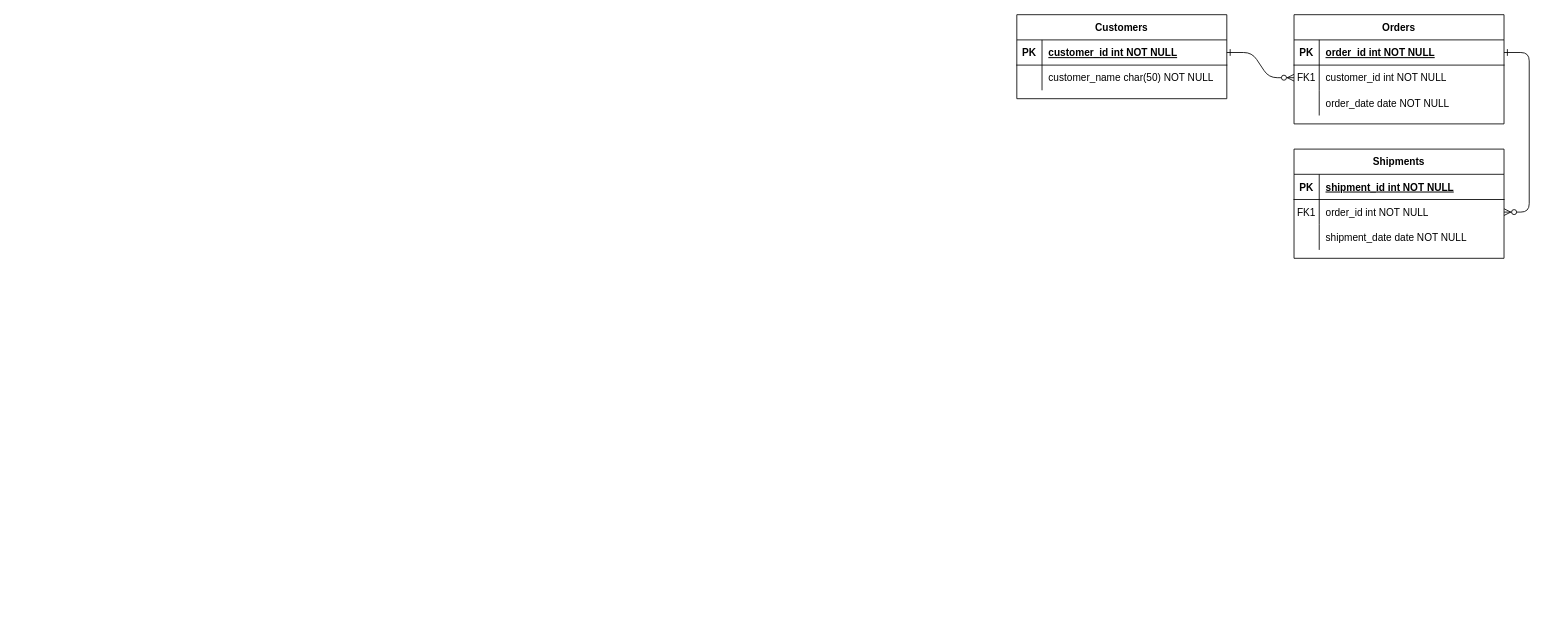
Above: EX4.drawio in AdamMunawar/aaa.gu (draw.io), before the change. Source tidied: cells renumbered, new cells numbered last; positions are measured from the earlier drawing's top-left corner, leaving out a move shared by most shapes. Both pictures are drawn from the tidied source at 84%, with x=0, y=0 at pixel (1016, 14).
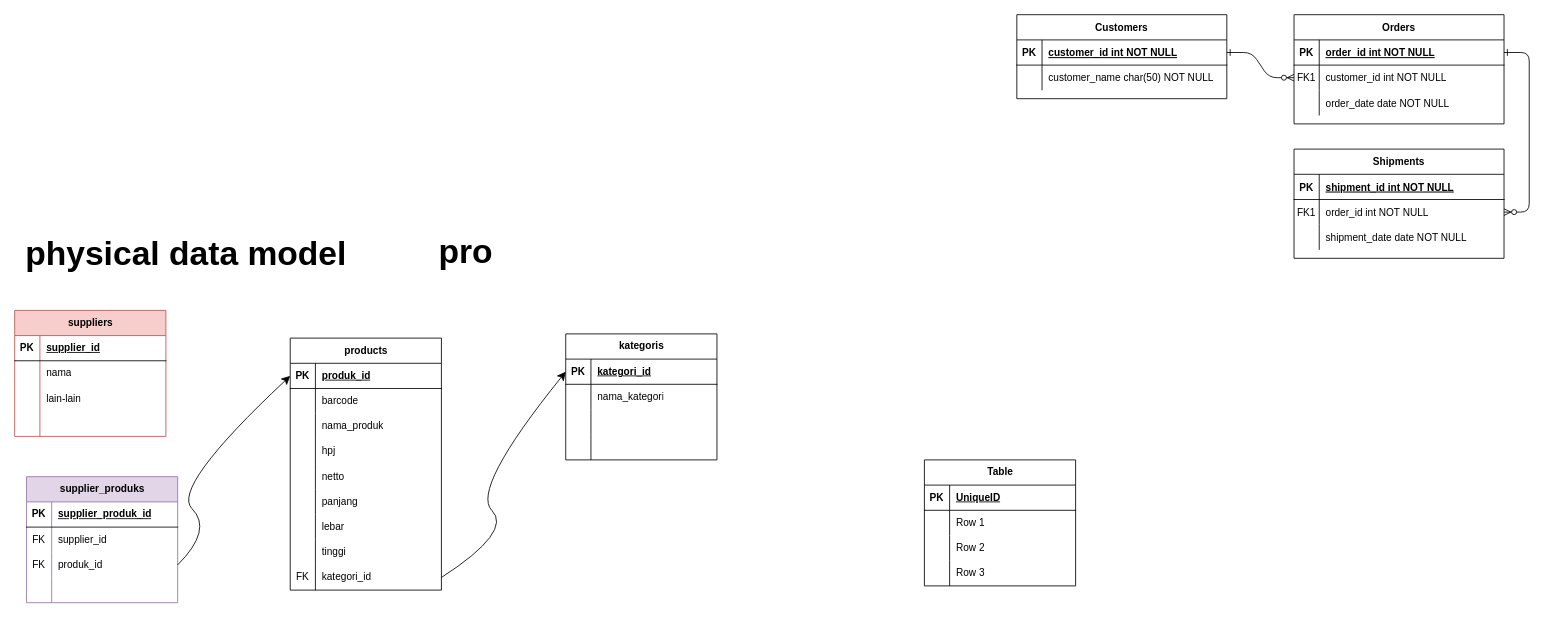
Above is the later version.

Change to the diagram source:
```diff
@@
+    <mxCell id="31" value="Table" style="shape=table;startSize=30;childLayout=tableLayout;rowLines=0;fontStyle=1;align=center;html=1;" parent="1" vertex="1">
+      <mxGeometry x="-110" y="530" width="180" height="150" as="geometry" />
+    </mxCell>
+    <mxCell id="32" style="shape=tableRow;horizontal=0;startSize=0;swimlaneHead=0;swimlaneBody=0;fillColor=none;top=0;left=0;right=0;bottom=1;" parent="31" vertex="1">
+      <mxGeometry y="30" width="180" height="30" as="geometry" />
+    </mxCell>
+    <mxCell id="33" value="PK" style="shape=partialRectangle;fillColor=none;top=0;left=0;bottom=0;right=0;fontStyle=1;overflow=hidden;whiteSpace=wrap;html=1;" parent="32" vertex="1">
+      <mxGeometry width="30" height="30" as="geometry" />
+    </mxCell>
+    <mxCell id="34" value="UniqueID" style="shape=partialRectangle;fillColor=none;top=0;left=0;bottom=0;right=0;align=left;spacingLeft=6;fontStyle=5;overflow=hidden;whiteSpace=wrap;html=1;" parent="32" vertex="1">
+      <mxGeometry x="30" width="150" height="30" as="geometry" />
+    </mxCell>
+    <mxCell id="35" style="shape=tableRow;horizontal=0;startSize=0;swimlaneHead=0;swimlaneBody=0;fillColor=none;top=0;left=0;right=0;bottom=0;" parent="31" vertex="1">
+      <mxGeometry y="60" width="180" height="30" as="geometry" />
+    </mxCell>
+    <mxCell id="36" style="shape=partialRectangle;fillColor=none;top=0;left=0;bottom=0;right=0;overflow=hidden;whiteSpace=wrap;html=1;" parent="35" vertex="1">
+      <mxGeometry width="30" height="30" as="geometry" />
+    </mxCell>
+    <mxCell id="37" value="Row 1" style="shape=partialRectangle;fillColor=none;top=0;left=0;bottom=0;right=0;align=left;spacingLeft=6;overflow=hidden;whiteSpace=wrap;html=1;" parent="35" vertex="1">
+      <mxGeometry x="30" width="150" height="30" as="geometry" />
+    </mxCell>
+    <mxCell id="38" style="shape=tableRow;horizontal=0;startSize=0;swimlaneHead=0;swimlaneBody=0;fillColor=none;top=0;left=0;right=0;bottom=0;" parent="31" vertex="1">
+      <mxGeometry y="90" width="180" height="30" as="geometry" />
+    </mxCell>
+    <mxCell id="39" style="shape=partialRectangle;fillColor=none;top=0;left=0;bottom=0;right=0;overflow=hidden;whiteSpace=wrap;html=1;" parent="38" vertex="1">
+      <mxGeometry width="30" height="30" as="geometry" />
+    </mxCell>
+    <mxCell id="40" value="Row 2" style="shape=partialRectangle;fillColor=none;top=0;left=0;bottom=0;right=0;align=left;spacingLeft=6;overflow=hidden;whiteSpace=wrap;html=1;" parent="38" vertex="1">
+      <mxGeometry x="30" width="150" height="30" as="geometry" />
+    </mxCell>
+    <mxCell id="41" style="shape=tableRow;horizontal=0;startSize=0;swimlaneHead=0;swimlaneBody=0;fillColor=none;top=0;left=0;right=0;bottom=0;" parent="31" vertex="1">
+      <mxGeometry y="120" width="180" height="30" as="geometry" />
+    </mxCell>
+    <mxCell id="42" style="shape=partialRectangle;fillColor=none;top=0;left=0;bottom=0;right=0;overflow=hidden;whiteSpace=wrap;html=1;" parent="41" vertex="1">
+      <mxGeometry width="30" height="30" as="geometry" />
+    </mxCell>
+    <mxCell id="43" value="Row 3" style="shape=partialRectangle;fillColor=none;top=0;left=0;bottom=0;right=0;align=left;spacingLeft=6;overflow=hidden;whiteSpace=wrap;html=1;" parent="41" vertex="1">
+      <mxGeometry x="30" width="150" height="30" as="geometry" />
+    </mxCell>
+    <mxCell id="44" value="physical data model" style="text;strokeColor=none;fillColor=none;spacingLeft=4;spacingRight=4;overflow=hidden;fontSize=40;whiteSpace=wrap;html=1;fontStyle=1;" parent="1" vertex="1">
+      <mxGeometry x="-1186" y="254" width="458" height="61" as="geometry" />
+    </mxCell>
+    <mxCell id="45" value="products" style="shape=table;startSize=30;childLayout=tableLayout;rowLines=0;fontStyle=1;align=center;html=1;" parent="1" vertex="1">
+      <mxGeometry x="-865" y="385" width="180" height="300" as="geometry" />
+    </mxCell>
+    <mxCell id="46" style="shape=tableRow;horizontal=0;startSize=0;swimlaneHead=0;swimlaneBody=0;fillColor=none;points=[[0,0.5],[1,0.5]];portConstraint=eastwest;top=0;left=0;right=0;bottom=1;" parent="45" vertex="1">
+      <mxGeometry y="30" width="180" height="30" as="geometry" />
+    </mxCell>
+    <mxCell id="47" value="PK" style="shape=partialRectangle;fillColor=none;top=0;left=0;bottom=0;right=0;fontStyle=1;overflow=hidden;whiteSpace=wrap;html=1;" parent="46" vertex="1">
+      <mxGeometry width="30" height="30" as="geometry" />
+    </mxCell>
+    <mxCell id="48" value="produk_id" style="shape=partialRectangle;fillColor=none;top=0;left=0;bottom=0;right=0;align=left;spacingLeft=6;fontStyle=5;overflow=hidden;whiteSpace=wrap;html=1;" parent="46" vertex="1">
+      <mxGeometry x="30" width="150" height="30" as="geometry" />
+    </mxCell>
+    <mxCell id="49" style="shape=tableRow;horizontal=0;startSize=0;swimlaneHead=0;swimlaneBody=0;fillColor=none;top=0;left=0;right=0;bottom=0;" parent="45" vertex="1">
+      <mxGeometry y="60" width="180" height="30" as="geometry" />
+    </mxCell>
+    <mxCell id="50" style="shape=partialRectangle;fillColor=none;top=0;left=0;bottom=0;right=0;overflow=hidden;whiteSpace=wrap;html=1;" parent="49" vertex="1">
+      <mxGeometry width="30" height="30" as="geometry" />
+    </mxCell>
+    <mxCell id="51" value="barcode" style="shape=partialRectangle;fillColor=none;top=0;left=0;bottom=0;right=0;align=left;spacingLeft=6;overflow=hidden;whiteSpace=wrap;html=1;" parent="49" vertex="1">
+      <mxGeometry x="30" width="150" height="30" as="geometry" />
+    </mxCell>
+    <mxCell id="52" style="shape=tableRow;horizontal=0;startSize=0;swimlaneHead=0;swimlaneBody=0;fillColor=none;top=0;left=0;right=0;bottom=0;" parent="45" vertex="1">
+      <mxGeometry y="90" width="180" height="30" as="geometry" />
+    </mxCell>
+    <mxCell id="53" style="shape=partialRectangle;fillColor=none;top=0;left=0;bottom=0;right=0;overflow=hidden;whiteSpace=wrap;html=1;" parent="52" vertex="1">
+      <mxGeometry width="30" height="30" as="geometry" />
+    </mxCell>
+    <mxCell id="54" value="nama_produk" style="shape=partialRectangle;fillColor=none;top=0;left=0;bottom=0;right=0;align=left;spacingLeft=6;overflow=hidden;whiteSpace=wrap;html=1;" parent="52" vertex="1">
+      <mxGeometry x="30" width="150" height="30" as="geometry" />
+    </mxCell>
+    <mxCell id="55" style="shape=tableRow;horizontal=0;startSize=0;swimlaneHead=0;swimlaneBody=0;fillColor=none;top=0;left=0;right=0;bottom=0;" parent="45" vertex="1">
+      <mxGeometry y="120" width="180" height="30" as="geometry" />
+    </mxCell>
+    <mxCell id="56" style="shape=partialRectangle;fillColor=none;top=0;left=0;bottom=0;right=0;overflow=hidden;whiteSpace=wrap;html=1;" parent="55" vertex="1">
+      <mxGeometry width="30" height="30" as="geometry" />
+    </mxCell>
+    <mxCell id="57" value="hpj" style="shape=partialRectangle;fillColor=none;top=0;left=0;bottom=0;right=0;align=left;spacingLeft=6;overflow=hidden;whiteSpace=wrap;html=1;" parent="55" vertex="1">
+      <mxGeometry x="30" width="150" height="30" as="geometry" />
+    </mxCell>
+    <mxCell id="58" style="shape=tableRow;horizontal=0;startSize=0;swimlaneHead=0;swimlaneBody=0;fillColor=none;top=0;left=0;right=0;bottom=0;" parent="45" vertex="1">
+      <mxGeometry y="150" width="180" height="30" as="geometry" />
+    </mxCell>
+    <mxCell id="59" style="shape=partialRectangle;fillColor=none;top=0;left=0;bottom=0;right=0;overflow=hidden;whiteSpace=wrap;html=1;" parent="58" vertex="1">
+      <mxGeometry width="30" height="30" as="geometry" />
+    </mxCell>
+    <mxCell id="60" value="netto" style="shape=partialRectangle;fillColor=none;top=0;left=0;bottom=0;right=0;align=left;spacingLeft=6;overflow=hidden;whiteSpace=wrap;html=1;" parent="58" vertex="1">
+      <mxGeometry x="30" width="150" height="30" as="geometry" />
+    </mxCell>
+    <mxCell id="61" style="shape=tableRow;horizontal=0;startSize=0;swimlaneHead=0;swimlaneBody=0;fillColor=none;top=0;left=0;right=0;bottom=0;" parent="45" vertex="1">
+      <mxGeometry y="180" width="180" height="30" as="geometry" />
+    </mxCell>
+    <mxCell id="62" style="shape=partialRectangle;fillColor=none;top=0;left=0;bottom=0;right=0;overflow=hidden;whiteSpace=wrap;html=1;" parent="61" vertex="1">
+      <mxGeometry width="30" height="30" as="geometry" />
+    </mxCell>
+    <mxCell id="63" value="panjang" style="shape=partialRectangle;fillColor=none;top=0;left=0;bottom=0;right=0;align=left;spacingLeft=6;overflow=hidden;whiteSpace=wrap;html=1;" parent="61" vertex="1">
+      <mxGeometry x="30" width="150" height="30" as="geometry" />
+    </mxCell>
+    <mxCell id="64" style="shape=tableRow;horizontal=0;startSize=0;swimlaneHead=0;swimlaneBody=0;fillColor=none;top=0;left=0;right=0;bottom=0;" parent="45" vertex="1">
+      <mxGeometry y="210" width="180" height="30" as="geometry" />
+    </mxCell>
+    <mxCell id="65" style="shape=partialRectangle;fillColor=none;top=0;left=0;bottom=0;right=0;overflow=hidden;whiteSpace=wrap;html=1;" parent="64" vertex="1">
+      <mxGeometry width="30" height="30" as="geometry" />
+    </mxCell>
+    <mxCell id="66" value="lebar" style="shape=partialRectangle;fillColor=none;top=0;left=0;bottom=0;right=0;align=left;spacingLeft=6;overflow=hidden;whiteSpace=wrap;html=1;" parent="64" vertex="1">
+      <mxGeometry x="30" width="150" height="30" as="geometry" />
+    </mxCell>
+    <mxCell id="67" style="shape=tableRow;horizontal=0;startSize=0;swimlaneHead=0;swimlaneBody=0;fillColor=none;top=0;left=0;right=0;bottom=0;" parent="45" vertex="1">
+      <mxGeometry y="240" width="180" height="30" as="geometry" />
+    </mxCell>
+    <mxCell id="68" style="shape=partialRectangle;fillColor=none;top=0;left=0;bottom=0;right=0;overflow=hidden;whiteSpace=wrap;html=1;" parent="67" vertex="1">
+      <mxGeometry width="30" height="30" as="geometry" />
+    </mxCell>
+    <mxCell id="69" value="tinggi" style="shape=partialRectangle;fillColor=none;top=0;left=0;bottom=0;right=0;align=left;spacingLeft=6;overflow=hidden;whiteSpace=wrap;html=1;" parent="67" vertex="1">
+      <mxGeometry x="30" width="150" height="30" as="geometry" />
+    </mxCell>
+    <mxCell id="70" style="shape=tableRow;horizontal=0;startSize=0;swimlaneHead=0;swimlaneBody=0;fillColor=none;points=[[0,0.5],[1,0.5]];portConstraint=eastwest;top=0;left=0;right=0;bottom=0;" parent="45" vertex="1">
+      <mxGeometry y="270" width="180" height="30" as="geometry" />
+    </mxCell>
+    <mxCell id="71" value="FK" style="shape=partialRectangle;fillColor=none;top=0;left=0;bottom=0;right=0;overflow=hidden;whiteSpace=wrap;html=1;" parent="70" vertex="1">
+      <mxGeometry width="30" height="30" as="geometry" />
+    </mxCell>
+    <mxCell id="72" value="kategori_id" style="shape=partialRectangle;fillColor=none;top=0;left=0;bottom=0;right=0;align=left;spacingLeft=6;overflow=hidden;whiteSpace=wrap;html=1;" parent="70" vertex="1">
+      <mxGeometry x="30" width="150" height="30" as="geometry" />
+    </mxCell>
+    <mxCell id="73" value="kategoris" style="shape=table;startSize=30;childLayout=tableLayout;rowLines=0;fontStyle=1;align=center;html=1;" parent="1" vertex="1">
+      <mxGeometry x="-537" y="380" width="180" height="150" as="geometry" />
+    </mxCell>
+    <mxCell id="74" style="shape=tableRow;horizontal=0;startSize=0;swimlaneHead=0;swimlaneBody=0;fillColor=none;points=[[0,0.5],[1,0.5]];portConstraint=eastwest;top=0;left=0;right=0;bottom=1;" parent="73" vertex="1">
+      <mxGeometry y="30" width="180" height="30" as="geometry" />
+    </mxCell>
+    <mxCell id="75" value="PK" style="shape=partialRectangle;fillColor=none;top=0;left=0;bottom=0;right=0;fontStyle=1;overflow=hidden;whiteSpace=wrap;html=1;" parent="74" vertex="1">
+      <mxGeometry width="30" height="30" as="geometry" />
+    </mxCell>
+    <mxCell id="76" value="kategori_id" style="shape=partialRectangle;fillColor=none;top=0;left=0;bottom=0;right=0;align=left;spacingLeft=6;fontStyle=5;overflow=hidden;whiteSpace=wrap;html=1;" parent="74" vertex="1">
+      <mxGeometry x="30" width="150" height="30" as="geometry" />
+    </mxCell>
+    <mxCell id="77" style="shape=tableRow;horizontal=0;startSize=0;swimlaneHead=0;swimlaneBody=0;fillColor=none;top=0;left=0;right=0;bottom=0;" parent="73" vertex="1">
+      <mxGeometry y="60" width="180" height="30" as="geometry" />
+    </mxCell>
+    <mxCell id="78" style="shape=partialRectangle;fillColor=none;top=0;left=0;bottom=0;right=0;overflow=hidden;whiteSpace=wrap;html=1;" parent="77" vertex="1">
+      <mxGeometry width="30" height="30" as="geometry" />
+    </mxCell>
+    <mxCell id="79" value="nama_kategori" style="shape=partialRectangle;fillColor=none;top=0;left=0;bottom=0;right=0;align=left;spacingLeft=6;overflow=hidden;whiteSpace=wrap;html=1;" parent="77" vertex="1">
+      <mxGeometry x="30" width="150" height="30" as="geometry" />
+    </mxCell>
+    <mxCell id="80" style="shape=tableRow;horizontal=0;startSize=0;swimlaneHead=0;swimlaneBody=0;fillColor=none;top=0;left=0;right=0;bottom=0;" parent="73" vertex="1">
+      <mxGeometry y="90" width="180" height="30" as="geometry" />
+    </mxCell>
+    <mxCell id="81" style="shape=partialRectangle;fillColor=none;top=0;left=0;bottom=0;right=0;overflow=hidden;whiteSpace=wrap;html=1;" parent="80" vertex="1">
+      <mxGeometry width="30" height="30" as="geometry" />
+    </mxCell>
+    <mxCell id="82" style="shape=partialRectangle;fillColor=none;top=0;left=0;bottom=0;right=0;align=left;spacingLeft=6;overflow=hidden;whiteSpace=wrap;html=1;" parent="80" vertex="1">
+      <mxGeometry x="30" width="150" height="30" as="geometry" />
+    </mxCell>
+    <mxCell id="83" style="shape=tableRow;horizontal=0;startSize=0;swimlaneHead=0;swimlaneBody=0;fillColor=none;top=0;left=0;right=0;bottom=0;" parent="73" vertex="1">
+      <mxGeometry y="120" width="180" height="30" as="geometry" />
+    </mxCell>
+    <mxCell id="84" style="shape=partialRectangle;fillColor=none;top=0;left=0;bottom=0;right=0;overflow=hidden;whiteSpace=wrap;html=1;" parent="83" vertex="1">
+      <mxGeometry width="30" height="30" as="geometry" />
+    </mxCell>
+    <mxCell id="85" style="shape=partialRectangle;fillColor=none;top=0;left=0;bottom=0;right=0;align=left;spacingLeft=6;overflow=hidden;whiteSpace=wrap;html=1;" parent="83" vertex="1">
+      <mxGeometry x="30" width="150" height="30" as="geometry" />
+    </mxCell>
+    <mxCell id="86" style="curved=1;endArrow=classic;html=1;rounded=0;fontSize=12;startSize=8;endSize=8;exitX=1;exitY=0.5;exitDx=0;exitDy=0;entryX=0;entryY=0.5;entryDx=0;entryDy=0;" parent="1" edge="1" source="70" target="74">
+      <mxGeometry relative="1" as="geometry">
+        <Array as="points">
+          <mxPoint x="-600" y="615" />
+          <mxPoint x="-650" y="565" />
+        </Array>
+      </mxGeometry>
+    </mxCell>
+    <mxCell id="87" value="suppliers" style="shape=table;startSize=30;childLayout=tableLayout;rowLines=0;fontStyle=1;align=center;html=1;fillColor=#f8cecc;strokeColor=#b85450;" parent="1" vertex="1">
+      <mxGeometry x="-1193" y="352" width="180" height="150" as="geometry" />
+    </mxCell>
+    <mxCell id="88" style="shape=tableRow;horizontal=0;startSize=0;swimlaneHead=0;swimlaneBody=0;fillColor=none;top=0;left=0;right=0;bottom=1;" parent="87" vertex="1">
+      <mxGeometry y="30" width="180" height="30" as="geometry" />
+    </mxCell>
+    <mxCell id="89" value="PK" style="shape=partialRectangle;fillColor=none;top=0;left=0;bottom=0;right=0;fontStyle=1;overflow=hidden;whiteSpace=wrap;html=1;" parent="88" vertex="1">
+      <mxGeometry width="30" height="30" as="geometry" />
+    </mxCell>
+    <mxCell id="90" value="supplier_id" style="shape=partialRectangle;fillColor=none;top=0;left=0;bottom=0;right=0;align=left;spacingLeft=6;fontStyle=5;overflow=hidden;whiteSpace=wrap;html=1;" parent="88" vertex="1">
+      <mxGeometry x="30" width="150" height="30" as="geometry" />
+    </mxCell>
+    <mxCell id="91" style="shape=tableRow;horizontal=0;startSize=0;swimlaneHead=0;swimlaneBody=0;fillColor=none;top=0;left=0;right=0;bottom=0;" parent="87" vertex="1">
+      <mxGeometry y="60" width="180" height="30" as="geometry" />
+    </mxCell>
+    <mxCell id="92" style="shape=partialRectangle;fillColor=none;top=0;left=0;bottom=0;right=0;overflow=hidden;whiteSpace=wrap;html=1;" parent="91" vertex="1">
+      <mxGeometry width="30" height="30" as="geometry" />
+    </mxCell>
+    <mxCell id="93" value="nama" style="shape=partialRectangle;fillColor=none;top=0;left=0;bottom=0;right=0;align=left;spacingLeft=6;overflow=hidden;whiteSpace=wrap;html=1;" parent="91" vertex="1">
+      <mxGeometry x="30" width="150" height="30" as="geometry" />
+    </mxCell>
+    <mxCell id="94" style="shape=tableRow;horizontal=0;startSize=0;swimlaneHead=0;swimlaneBody=0;fillColor=none;top=0;left=0;right=0;bottom=0;" parent="87" vertex="1">
+      <mxGeometry y="90" width="180" height="30" as="geometry" />
+    </mxCell>
+    <mxCell id="95" style="shape=partialRectangle;fillColor=none;top=0;left=0;bottom=0;right=0;overflow=hidden;whiteSpace=wrap;html=1;" parent="94" vertex="1">
+      <mxGeometry width="30" height="30" as="geometry" />
+    </mxCell>
+    <mxCell id="96" value="lain-lain" style="shape=partialRectangle;fillColor=none;top=0;left=0;bottom=0;right=0;align=left;spacingLeft=6;overflow=hidden;whiteSpace=wrap;html=1;" parent="94" vertex="1">
+      <mxGeometry x="30" width="150" height="30" as="geometry" />
+    </mxCell>
+    <mxCell id="97" style="shape=tableRow;horizontal=0;startSize=0;swimlaneHead=0;swimlaneBody=0;fillColor=none;top=0;left=0;right=0;bottom=0;" parent="87" vertex="1">
+      <mxGeometry y="120" width="180" height="30" as="geometry" />
+    </mxCell>
+    <mxCell id="98" style="shape=partialRectangle;fillColor=none;top=0;left=0;bottom=0;right=0;overflow=hidden;whiteSpace=wrap;html=1;" parent="97" vertex="1">
+      <mxGeometry width="30" height="30" as="geometry" />
+    </mxCell>
+    <mxCell id="99" style="shape=partialRectangle;fillColor=none;top=0;left=0;bottom=0;right=0;align=left;spacingLeft=6;overflow=hidden;whiteSpace=wrap;html=1;" parent="97" vertex="1">
+      <mxGeometry x="30" width="150" height="30" as="geometry" />
+    </mxCell>
+    <mxCell id="100" value="supplier_produks" style="shape=table;startSize=30;childLayout=tableLayout;rowLines=0;fontStyle=1;align=center;html=1;fillColor=#e1d5e7;strokeColor=#9673a6;" parent="1" vertex="1">
+      <mxGeometry x="-1179" y="550" width="180" height="150" as="geometry" />
+    </mxCell>
+    <mxCell id="101" style="shape=tableRow;horizontal=0;startSize=0;swimlaneHead=0;swimlaneBody=0;fillColor=none;top=0;left=0;right=0;bottom=1;" parent="100" vertex="1">
+      <mxGeometry y="30" width="180" height="30" as="geometry" />
+    </mxCell>
+    <mxCell id="102" value="PK" style="shape=partialRectangle;fillColor=none;top=0;left=0;bottom=0;right=0;fontStyle=1;overflow=hidden;whiteSpace=wrap;html=1;" parent="101" vertex="1">
+      <mxGeometry width="30" height="30" as="geometry" />
+    </mxCell>
+    <mxCell id="103" value="&lt;span style=&quot;text-align: center; text-wrap-mode: nowrap;&quot;&gt;supplier_produk_id&lt;/span&gt;" style="shape=partialRectangle;fillColor=none;top=0;left=0;bottom=0;right=0;align=left;spacingLeft=6;fontStyle=5;overflow=hidden;whiteSpace=wrap;html=1;" parent="101" vertex="1">
+      <mxGeometry x="30" width="150" height="30" as="geometry" />
+    </mxCell>
+    <mxCell id="104" style="shape=tableRow;horizontal=0;startSize=0;swimlaneHead=0;swimlaneBody=0;fillColor=none;top=0;left=0;right=0;bottom=0;" parent="100" vertex="1">
+      <mxGeometry y="60" width="180" height="30" as="geometry" />
+    </mxCell>
+    <mxCell id="105" value="FK" style="shape=partialRectangle;fillColor=none;top=0;left=0;bottom=0;right=0;overflow=hidden;whiteSpace=wrap;html=1;" parent="104" vertex="1">
+      <mxGeometry width="30" height="30" as="geometry" />
+    </mxCell>
+    <mxCell id="106" value="supplier_id" style="shape=partialRectangle;fillColor=none;top=0;left=0;bottom=0;right=0;align=left;spacingLeft=6;overflow=hidden;whiteSpace=wrap;html=1;" parent="104" vertex="1">
+      <mxGeometry x="30" width="150" height="30" as="geometry" />
+    </mxCell>
+    <mxCell id="107" style="shape=tableRow;horizontal=0;startSize=0;swimlaneHead=0;swimlaneBody=0;fillColor=none;points=[[0,0.5],[1,0.5]];portConstraint=eastwest;top=0;left=0;right=0;bottom=0;" parent="100" vertex="1">
+      <mxGeometry y="90" width="180" height="30" as="geometry" />
+    </mxCell>
+    <mxCell id="108" value="FK" style="shape=partialRectangle;fillColor=none;top=0;left=0;bottom=0;right=0;overflow=hidden;whiteSpace=wrap;html=1;" parent="107" vertex="1">
+      <mxGeometry width="30" height="30" as="geometry" />
+    </mxCell>
+    <mxCell id="109" value="produk_id" style="shape=partialRectangle;fillColor=none;top=0;left=0;bottom=0;right=0;align=left;spacingLeft=6;overflow=hidden;whiteSpace=wrap;html=1;" parent="107" vertex="1">
+      <mxGeometry x="30" width="150" height="30" as="geometry" />
+    </mxCell>
+    <mxCell id="110" style="shape=tableRow;horizontal=0;startSize=0;swimlaneHead=0;swimlaneBody=0;fillColor=none;top=0;left=0;right=0;bottom=0;" parent="100" vertex="1">
+      <mxGeometry y="120" width="180" height="30" as="geometry" />
+    </mxCell>
+    <mxCell id="111" style="shape=partialRectangle;fillColor=none;top=0;left=0;bottom=0;right=0;overflow=hidden;whiteSpace=wrap;html=1;" parent="110" vertex="1">
+      <mxGeometry width="30" height="30" as="geometry" />
+    </mxCell>
+    <mxCell id="112" style="shape=partialRectangle;fillColor=none;top=0;left=0;bottom=0;right=0;align=left;spacingLeft=6;overflow=hidden;whiteSpace=wrap;html=1;" parent="110" vertex="1">
+      <mxGeometry x="30" width="150" height="30" as="geometry" />
+    </mxCell>
+    <mxCell id="113" style="curved=1;endArrow=classic;html=1;rounded=0;fontSize=12;startSize=8;endSize=8;exitX=1;exitY=0.5;exitDx=0;exitDy=0;entryX=0;entryY=0.5;entryDx=0;entryDy=0;" parent="1" edge="1" source="107" target="46">
+      <mxGeometry relative="1" as="geometry">
+        <Array as="points">
+          <mxPoint x="-957" y="613" />
+          <mxPoint x="-1007" y="563" />
+        </Array>
+      </mxGeometry>
+    </mxCell>
+    <mxCell id="114" value="&lt;font style=&quot;font-size: 40px;&quot;&gt;pro&lt;/font&gt;" style="text;strokeColor=none;fillColor=none;spacingLeft=4;spacingRight=4;overflow=hidden;fontSize=12;whiteSpace=wrap;html=1;fontStyle=1;" parent="1" vertex="1">
+      <mxGeometry x="-694" y="251" width="301" height="77" as="geometry" />
+    </mxCell>
```
